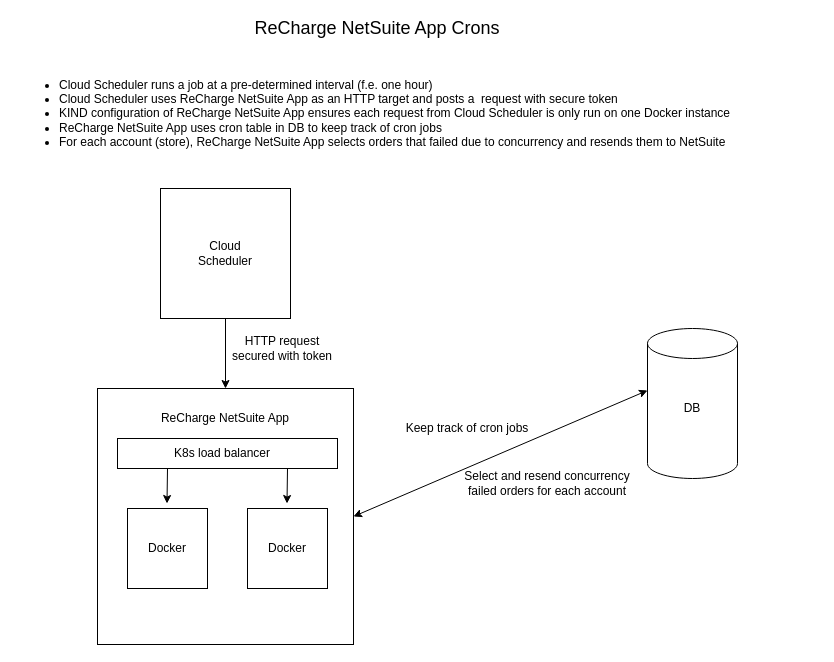
Above: ReCharge Crons Proposal.drawio in alexrsunrise/diagrams (draw.io), before the change. Source tidied: cells renumbered, new cells numbered last; positions are measured from the earlier drawing's top-left corner, leaving out a move shared by most shapes. Both pictures are drawn from the tidied source at 100%, with x=0, y=0 at pixel (17, 18).
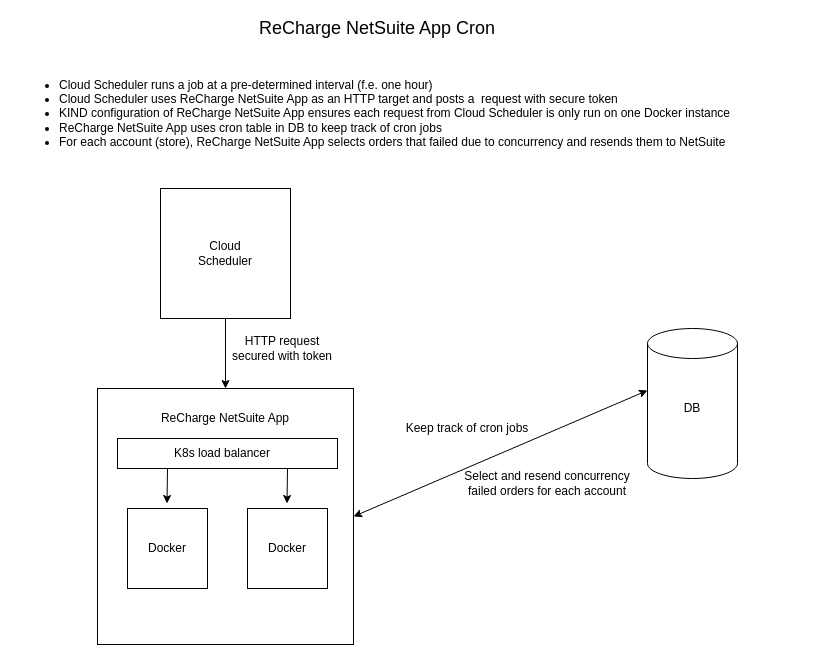
The same page after the edit.

Diff of the diagram source:
```diff
@@
-    <mxCell id="3" value="&lt;span style=&quot;font-size: 18px&quot;&gt;ReCharge NetSuite App Crons&lt;/span&gt;" style="text;html=1;strokeColor=none;fillColor=none;align=center;verticalAlign=middle;whiteSpace=wrap;rounded=0;" parent="1" vertex="1">
+    <mxCell id="3" value="&lt;span style=&quot;font-size: 18px&quot;&gt;ReCharge NetSuite App Cron&lt;/span&gt;" style="text;html=1;strokeColor=none;fillColor=none;align=center;verticalAlign=middle;whiteSpace=wrap;rounded=0;" parent="1" vertex="1">
       <mxGeometry x="160" width="400" height="20" as="geometry" />
     </mxCell>
```
